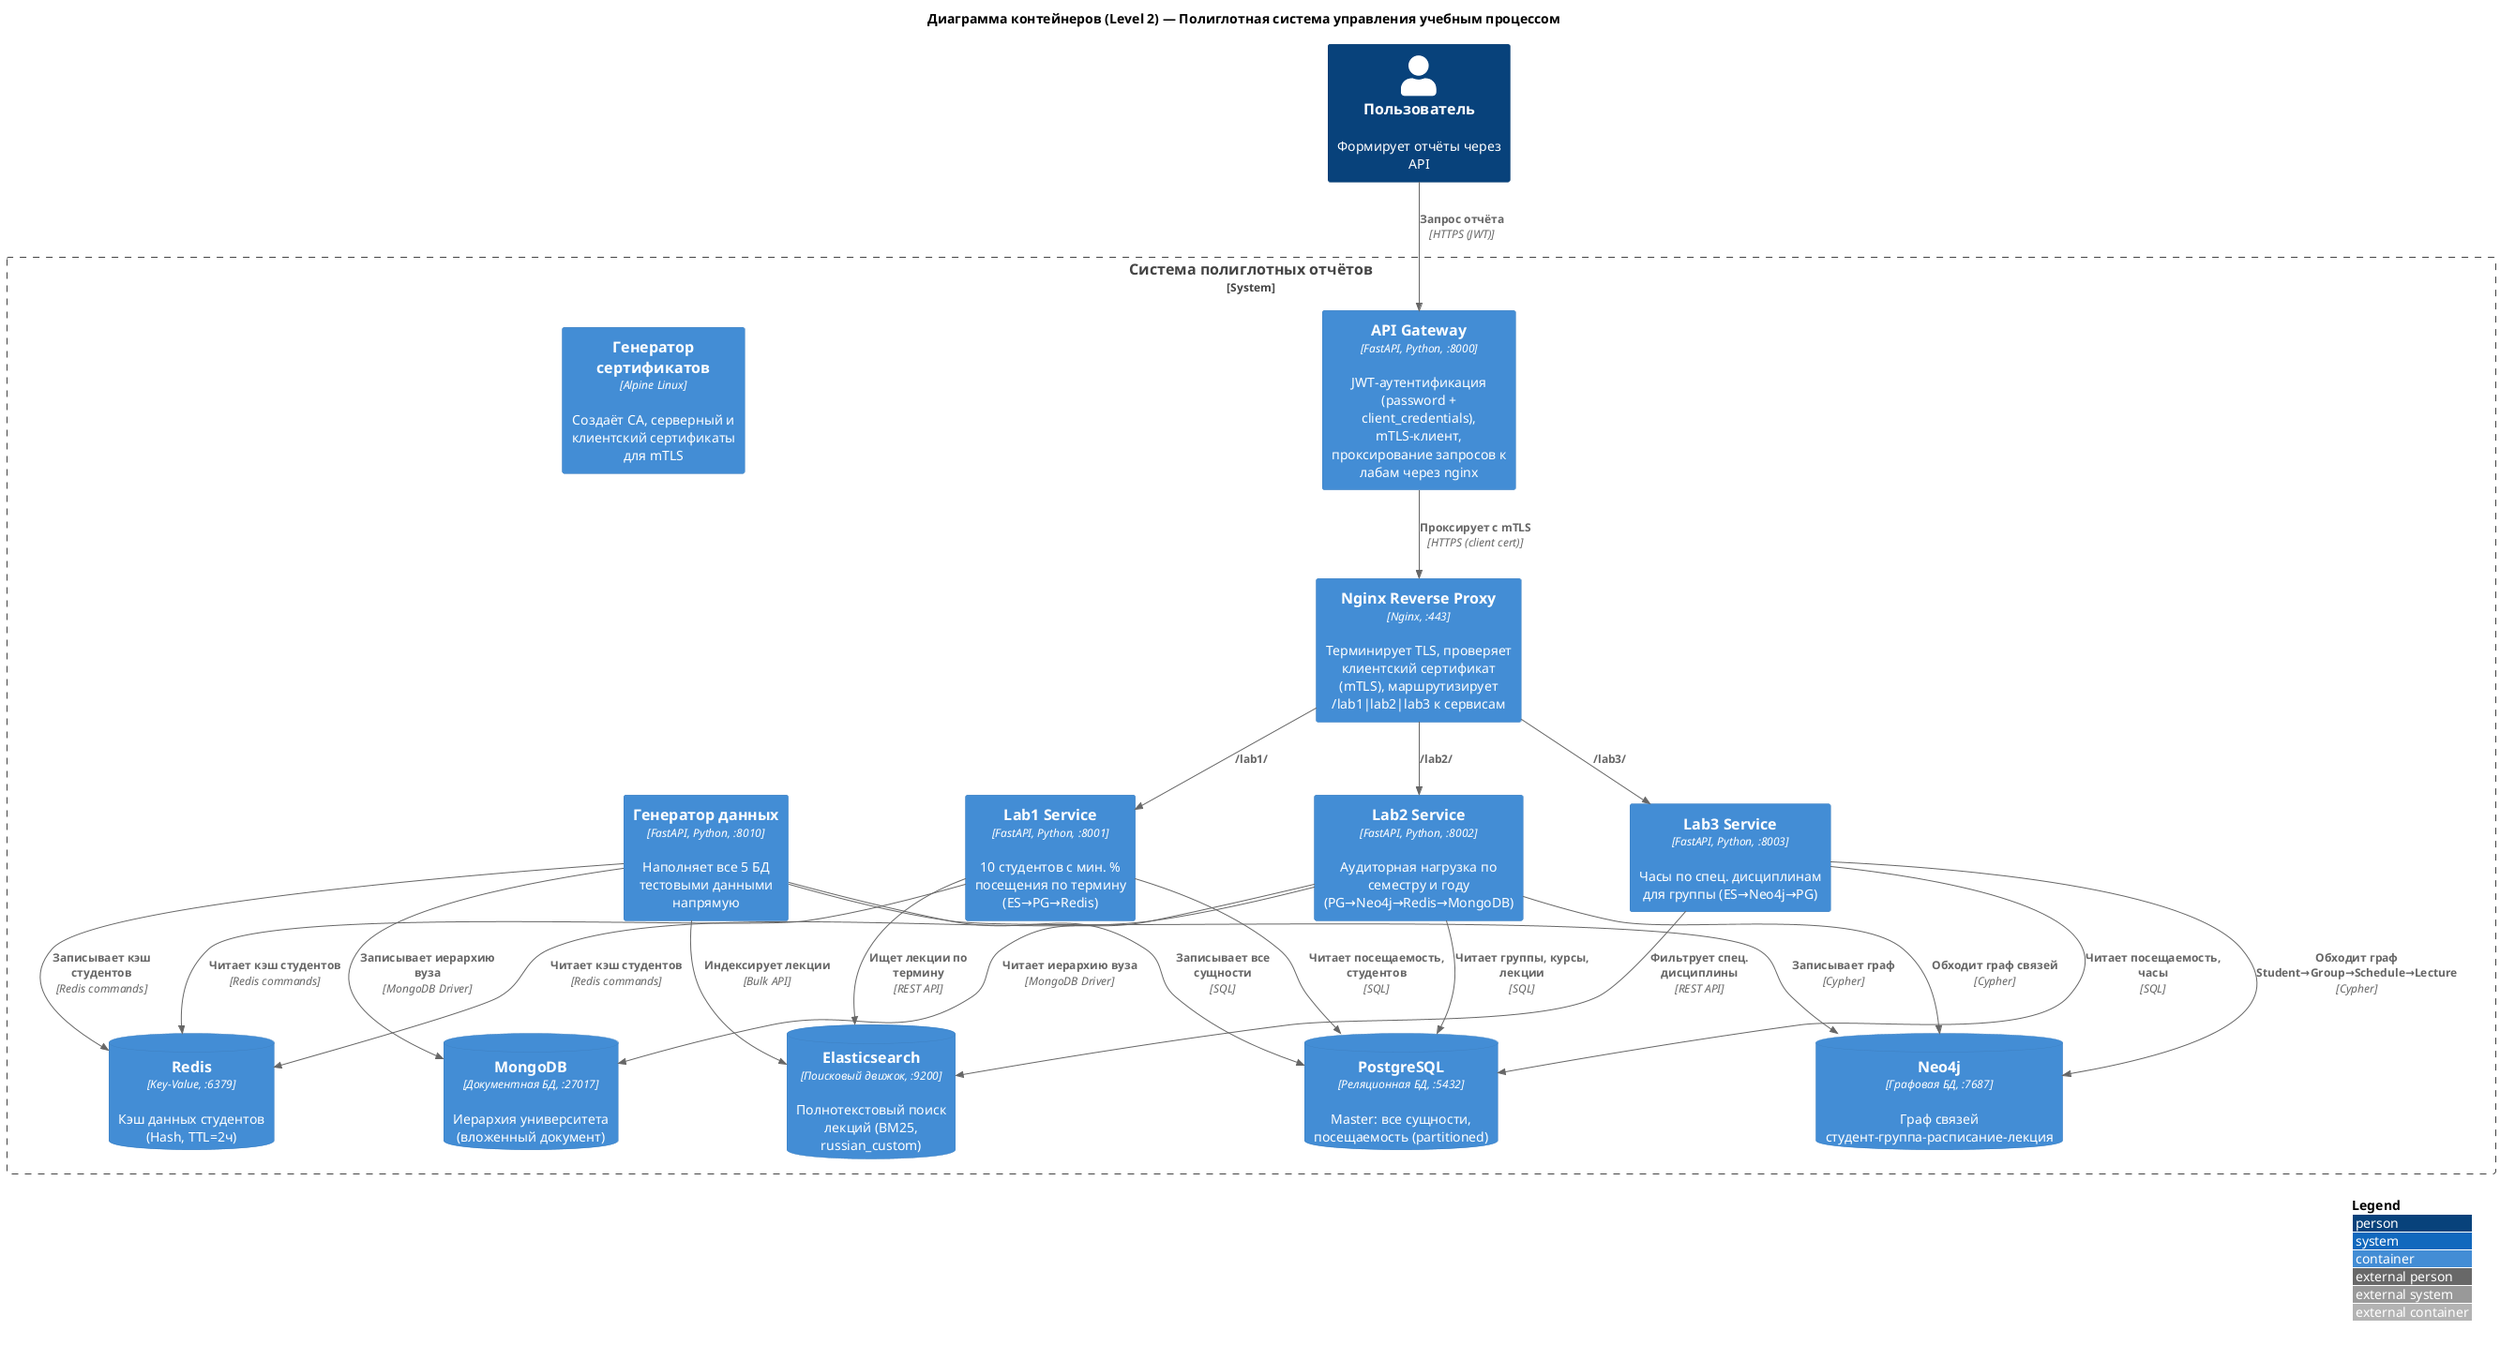
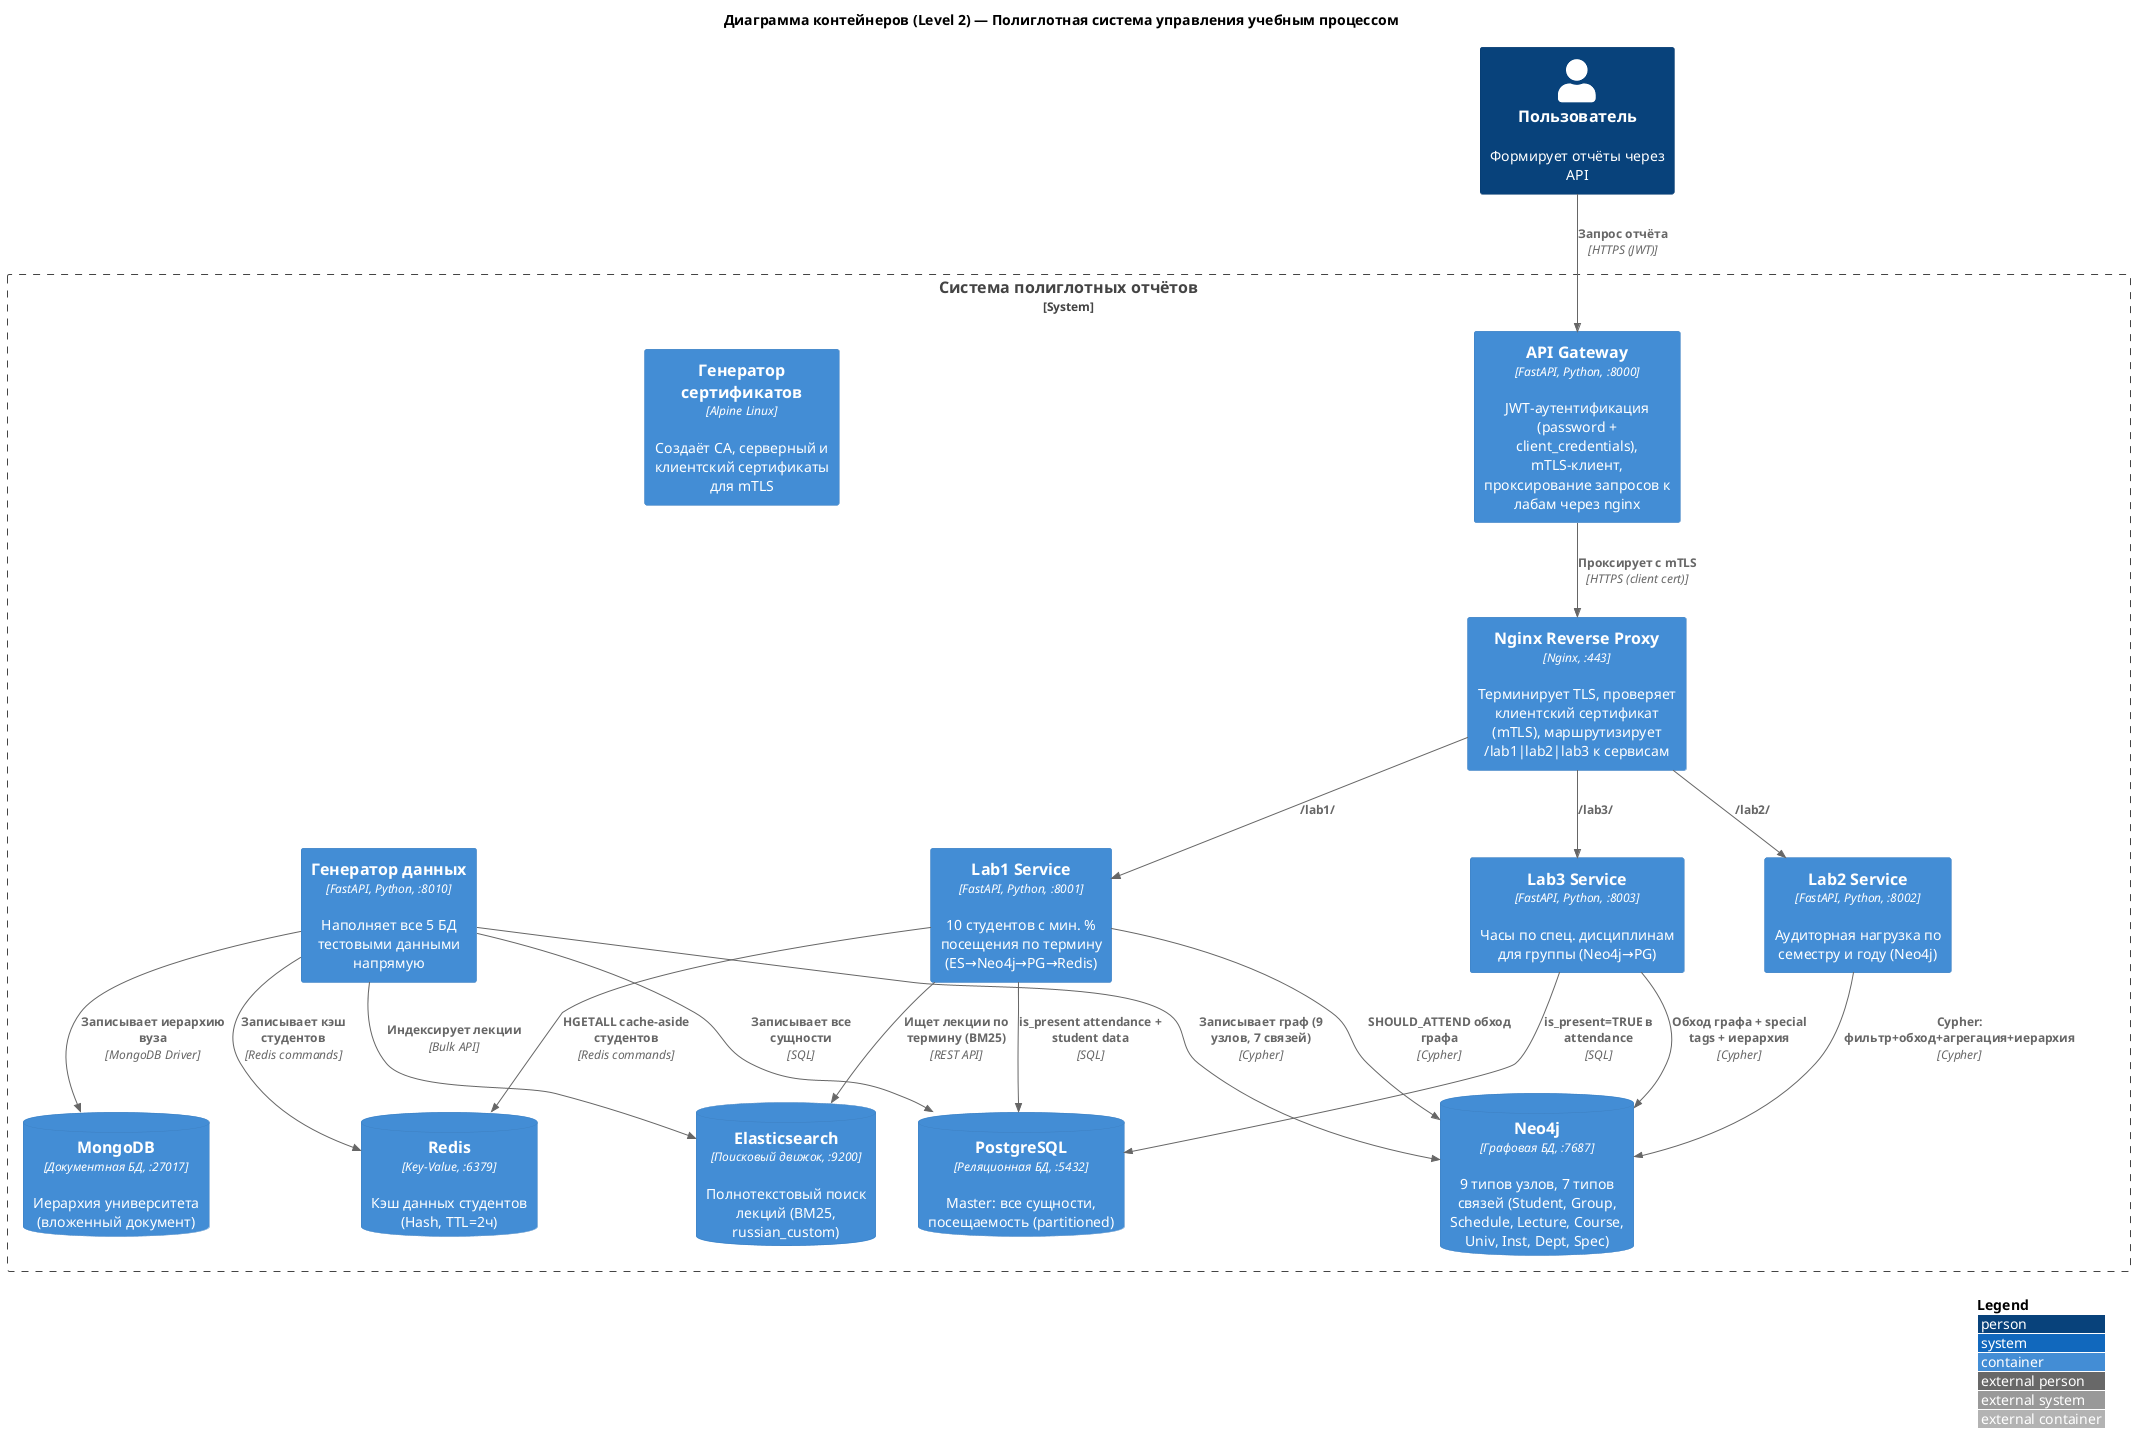
@startuml C4_Containers
!include <C4/C4_Container>

LAYOUT_WITH_LEGEND()

title Диаграмма контейнеров (Level 2) — Полиглотная система управления учебным процессом

Person(user, "Пользователь", "Формирует отчёты через API")

System_Boundary(report_system, "Система полиглотных отчётов") {
    Container(gateway, "API Gateway", "FastAPI, Python, :8000", "JWT-аутентификация (password + client_credentials), mTLS-клиент, проксирование запросов к лабам через nginx")
    Container(nginx, "Nginx Reverse Proxy", "Nginx, :443", "Терминирует TLS, проверяет клиентский сертификат (mTLS), маршрутизирует /lab1|lab2|lab3 к сервисам")
-     Container(lab1, "Lab1 Service", "FastAPI, Python, :8001", "10 студентов с мин. % посещения по термину (ES→PG→Redis)")
-     Container(lab2, "Lab2 Service", "FastAPI, Python, :8002", "Аудиторная нагрузка по семестру и году (PG→Neo4j→Redis→MongoDB)")
-     Container(lab3, "Lab3 Service", "FastAPI, Python, :8003", "Часы по спец. дисциплинам для группы (ES→Neo4j→PG)")
+     Container(lab1, "Lab1 Service", "FastAPI, Python, :8001", "10 студентов с мин. % посещения по термину (ES→Neo4j→PG→Redis)")
+     Container(lab2, "Lab2 Service", "FastAPI, Python, :8002", "Аудиторная нагрузка по семестру и году (Neo4j)")
+     Container(lab3, "Lab3 Service", "FastAPI, Python, :8003", "Часы по спец. дисциплинам для группы (Neo4j→PG)")
    Container(generator, "Генератор данных", "FastAPI, Python, :8010", "Наполняет все 5 БД тестовыми данными напрямую")
    Container(cert_init, "Генератор сертификатов", "Alpine Linux", "Создаёт CA, серверный и клиентский сертификаты для mTLS")

    ContainerDb(pg, "PostgreSQL", "Реляционная БД, :5432", "Master: все сущности, посещаемость (partitioned)")
    ContainerDb(redis, "Redis", "Key-Value, :6379", "Кэш данных студентов (Hash, TTL=2ч)")
    ContainerDb(mongo, "MongoDB", "Документная БД, :27017", "Иерархия университета (вложенный документ)")
-     ContainerDb(neo4j, "Neo4j", "Графовая БД, :7687", "Граф связей студент–группа–расписание–лекция")
+     ContainerDb(neo4j, "Neo4j", "Графовая БД, :7687", "9 типов узлов, 7 типов связей (Student, Group, Schedule, Lecture, Course, Univ, Inst, Dept, Spec)")
    ContainerDb(es, "Elasticsearch", "Поисковый движок, :9200", "Полнотекстовый поиск лекций (BM25, russian_custom)")
}

Rel(user, gateway, "Запрос отчёта", "HTTPS (JWT)")
Rel(gateway, nginx, "Проксирует с mTLS", "HTTPS (client cert)")
Rel(nginx, lab1, "/lab1/")
Rel(nginx, lab2, "/lab2/")
Rel(nginx, lab3, "/lab3/")

Rel(generator, pg, "Записывает все сущности", "SQL")
Rel(generator, redis, "Записывает кэш студентов", "Redis commands")
Rel(generator, mongo, "Записывает иерархию вуза", "MongoDB Driver")
- Rel(generator, neo4j, "Записывает граф", "Cypher")
+ Rel(generator, neo4j, "Записывает граф (9 узлов, 7 связей)", "Cypher")
Rel(generator, es, "Индексирует лекции", "Bulk API")

- Rel(lab1, es, "Ищет лекции по термину", "REST API")
- Rel(lab1, pg, "Читает посещаемость, студентов", "SQL")
- Rel(lab1, redis, "Читает кэш студентов", "Redis commands")
+ Rel(lab1, es, "Ищет лекции по термину (BM25)", "REST API")
+ Rel(lab1, neo4j, "SHOULD_ATTEND обход графа", "Cypher")
+ Rel(lab1, pg, "is_present attendance + student data", "SQL")
+ Rel(lab1, redis, "HGETALL cache-aside студентов", "Redis commands")

- Rel(lab2, pg, "Читает группы, курсы, лекции", "SQL")
- Rel(lab2, neo4j, "Обходит граф связей", "Cypher")
- Rel(lab2, redis, "Читает кэш студентов", "Redis commands")
- Rel(lab2, mongo, "Читает иерархию вуза", "MongoDB Driver")
+ Rel(lab2, neo4j, "Cypher: фильтр+обход+агрегация+иерархия", "Cypher")

- Rel(lab3, es, "Фильтрует спец. дисциплины", "REST API")
- Rel(lab3, neo4j, "Обходит граф Student→Group→Schedule→Lecture", "Cypher")
- Rel(lab3, pg, "Читает посещаемость, часы", "SQL")
+ Rel(lab3, neo4j, "Обход графа + special tags + иерархия", "Cypher")
+ Rel(lab3, pg, "is_present=TRUE в attendance", "SQL")

@enduml
